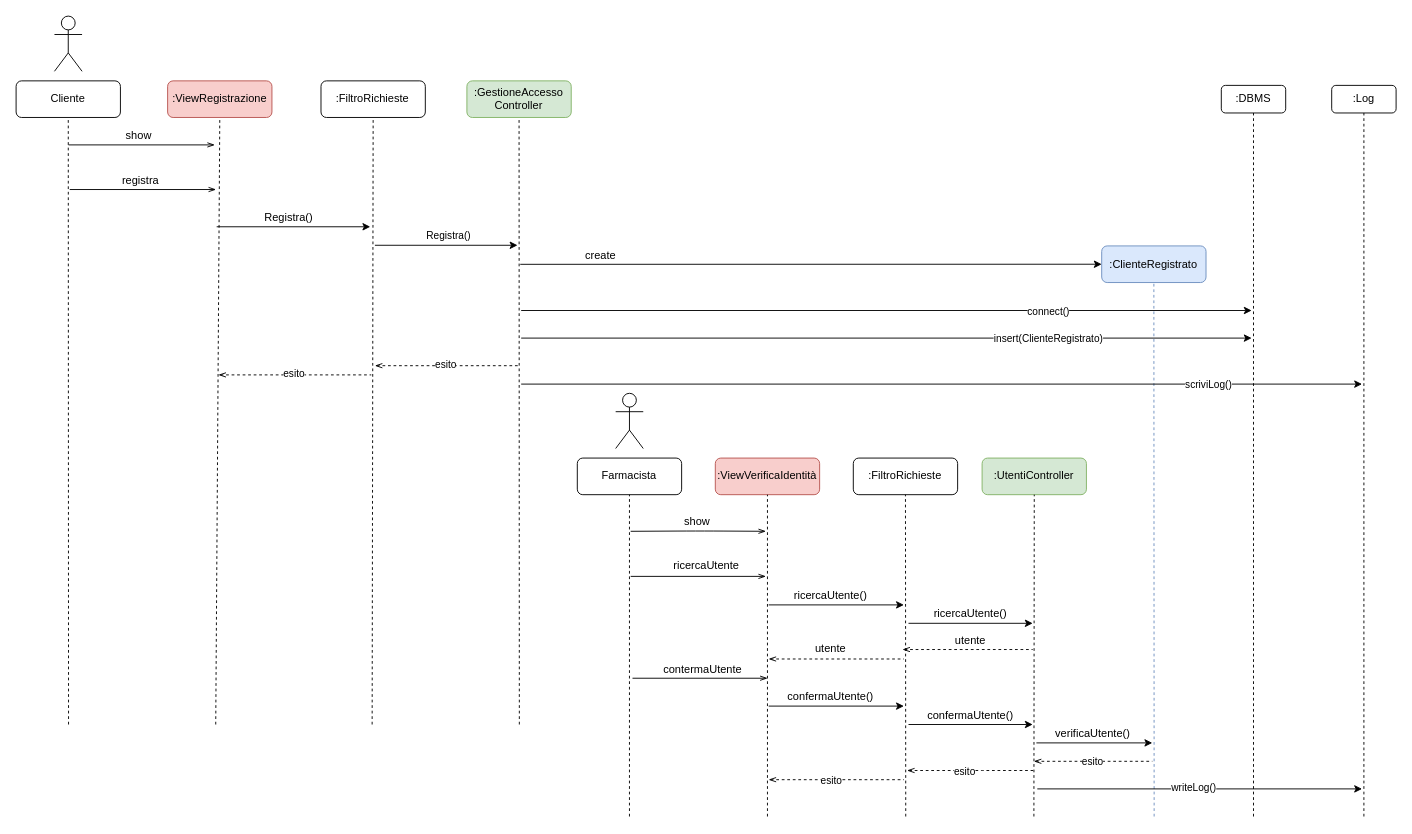
Before: page "RegistrazioneUtente" (2 of 7) of drawio/Progettazione/Interazione.drawio in lnwor/farmabyte-doc, a draw.io diagram. Source tidied: cells renumbered, new cells numbered last; positions are measured from the earlier drawing's top-left corner, leaving out a move shared by most shapes. Both pictures are drawn from the tidied source at 92%, with x=0, y=0 at pixel (16, 16).
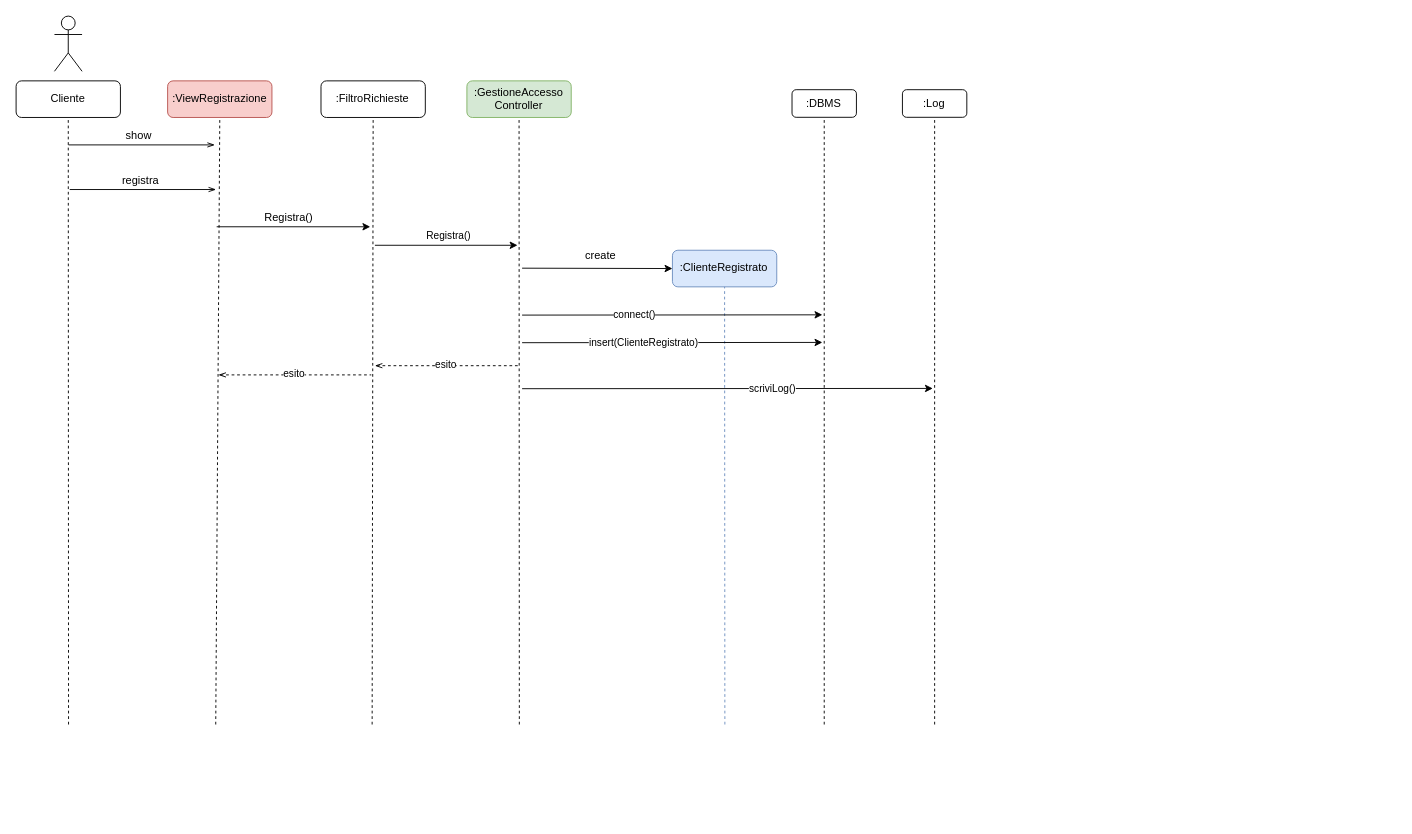
Above is the later version.

Change to the diagram source:
```diff
@@
-    <mxCell id="6" style="shape=umlActor;verticalLabelPosition=bottom;verticalAlign=top;html=1;" parent="1" vertex="1">
-      <mxGeometry x="651.7" y="410" width="30" height="60" as="geometry" />
-    </mxCell>
-    <mxCell id="7" value=":ViewVerificaIdentità" style="rounded=1;whiteSpace=wrap;html=1;fillColor=#f8cecc;strokeColor=#b85450;" parent="1" vertex="1">
-      <mxGeometry x="760" y="480.4" width="113.4" height="39.8" as="geometry" />
-    </mxCell>
-    <mxCell id="8" value=":UtentiController" style="rounded=1;whiteSpace=wrap;html=1;fillColor=#d5e8d4;strokeColor=#82b366;" parent="1" vertex="1">
-      <mxGeometry x="1050" y="480.4" width="113.4" height="39.8" as="geometry" />
-    </mxCell>
     <mxCell id="9" value=":ClienteRegistrato" style="rounded=1;whiteSpace=wrap;html=1;fillColor=#dae8fc;strokeColor=#6c8ebf;" parent="1" vertex="1">
-      <mxGeometry x="1180" y="249.8" width="113.4" height="39.8" as="geometry" />
+      <mxGeometry x="713.4" y="254.5" width="113.4" height="39.8" as="geometry" />
     </mxCell>
@@
     <mxCell id="11" style="endArrow=classic;html=1;entryX=0;entryY=0.5;entryDx=0;entryDy=0;" parent="1" edge="1" target="9">
       <mxGeometry relative="1" as="geometry">
-        <mxPoint x="548" y="269.8" as="sourcePoint" />
+        <mxPoint x="550" y="274" as="sourcePoint" />
       </mxGeometry>
     </mxCell>
@@
-    <mxCell id="16" value="Farmacista" style="rounded=1;whiteSpace=wrap;html=1;" parent="1" vertex="1">
-      <mxGeometry x="610" y="480.4" width="113.4" height="39.8" as="geometry" />
-    </mxCell>
@@
-    <mxCell id="22" style="endArrow=none;dashed=1;html=1;entryX=0.5;entryY=1;entryDx=0;entryDy=0;" parent="1" edge="1" target="16">
-      <mxGeometry relative="1" as="geometry">
-        <mxPoint x="666.7" y="870" as="sourcePoint" />
-      </mxGeometry>
-    </mxCell>
-    <mxCell id="23" style="endArrow=none;dashed=1;html=1;entryX=0.5;entryY=1;entryDx=0;entryDy=0;" parent="1" edge="1" target="8">
-      <mxGeometry relative="1" as="geometry">
-        <mxPoint x="1106.3" y="870" as="sourcePoint" />
-      </mxGeometry>
-    </mxCell>
     <mxCell id="24" style="endArrow=none;dashed=1;html=1;entryX=0.5;entryY=1;entryDx=0;entryDy=0;fillColor=#dae8fc;strokeColor=#6c8ebf;" parent="1" edge="1" target="9">
       <mxGeometry relative="1" as="geometry">
-        <mxPoint x="1237" y="870" as="sourcePoint" />
+        <mxPoint x="770.4" y="770" as="sourcePoint" />
       </mxGeometry>
     </mxCell>
@@
-    <mxCell id="27" value="show" style="text;html=1;align=center;verticalAlign=middle;strokeColor=none;" parent="1" vertex="1">
-      <mxGeometry x="720" y="539.7" width="40" height="20" as="geometry" />
-    </mxCell>
-    <mxCell id="28" style="endArrow=openThin;html=1;endFill=0;" parent="1" edge="1">
-      <mxGeometry relative="1" as="geometry">
-        <mxPoint x="668" y="560" as="sourcePoint" />
-        <mxPoint x="815" y="560" as="targetPoint" />
-        <Array as="points">
-          <mxPoint x="728.4" y="559.7" />
-          <mxPoint x="758.4" y="559.7" />
-        </Array>
-      </mxGeometry>
-    </mxCell>
-    <mxCell id="29" value="ricercaUtente" style="text;html=1;align=center;verticalAlign=middle;strokeColor=none;" parent="1" vertex="1">
-      <mxGeometry x="704.5" y="588.2" width="90" height="20" as="geometry" />
-    </mxCell>
-    <mxCell id="30" style="endArrow=openThin;html=1;endFill=0;" parent="1" edge="1">
-      <mxGeometry relative="1" as="geometry">
-        <mxPoint x="668" y="609" as="sourcePoint" />
-        <mxPoint x="815" y="609" as="targetPoint" />
-      </mxGeometry>
-    </mxCell>
-    <mxCell id="31" style="endArrow=none;dashed=1;html=1;entryX=0.5;entryY=1;entryDx=0;entryDy=0;endFill=0;" parent="1" edge="1" target="7">
-      <mxGeometry relative="1" as="geometry">
-        <mxPoint x="816.7" y="870" as="sourcePoint" />
-      </mxGeometry>
-    </mxCell>
-    <mxCell id="32" value="ricercaUtente()" style="text;html=1;align=center;verticalAlign=middle;strokeColor=none;" parent="1" vertex="1">
-      <mxGeometry x="840" y="620" width="90" height="20" as="geometry" />
-    </mxCell>
-    <mxCell id="33" style="endArrow=classic;html=1;" parent="1" edge="1">
-      <mxGeometry relative="1" as="geometry">
-        <mxPoint x="818" y="640" as="sourcePoint" />
-        <mxPoint x="965" y="640" as="targetPoint" />
-      </mxGeometry>
-    </mxCell>
-    <mxCell id="34" value="utente" style="text;html=1;align=center;verticalAlign=middle;strokeColor=none;" parent="1" vertex="1">
-      <mxGeometry x="860" y="678.4" width="50" height="20" as="geometry" />
-    </mxCell>
-    <mxCell id="35" style="endArrow=none;html=1;dashed=1;endFill=0;startArrow=openThin;startFill=0;" parent="1" edge="1">
-      <mxGeometry relative="1" as="geometry">
-        <mxPoint x="818" y="698.8" as="sourcePoint" />
-        <mxPoint x="965" y="698.8" as="targetPoint" />
-      </mxGeometry>
-    </mxCell>
-    <mxCell id="36" value="confermaUtente()" style="text;html=1;align=center;verticalAlign=middle;strokeColor=none;" parent="1" vertex="1">
-      <mxGeometry x="830" y="730" width="110" height="20" as="geometry" />
-    </mxCell>
-    <mxCell id="37" style="endArrow=classic;html=1;" parent="1" edge="1">
-      <mxGeometry relative="1" as="geometry">
-        <mxPoint x="818" y="750" as="sourcePoint" />
-        <mxPoint x="965" y="750" as="targetPoint" />
-      </mxGeometry>
-    </mxCell>
-    <mxCell id="38" value="verificaUtente()" style="text;html=1;align=center;verticalAlign=middle;strokeColor=none;" parent="1" vertex="1">
-      <mxGeometry x="1120" y="770" width="100" height="20" as="geometry" />
-    </mxCell>
-    <mxCell id="39" style="endArrow=classic;html=1;" parent="1" edge="1">
-      <mxGeometry relative="1" as="geometry">
-        <mxPoint x="1109" y="790" as="sourcePoint" />
-        <mxPoint x="1235" y="790" as="targetPoint" />
-      </mxGeometry>
-    </mxCell>
-    <mxCell id="40" value="contermaUtente" style="text;html=1;align=center;verticalAlign=middle;strokeColor=none;" parent="1" vertex="1">
-      <mxGeometry x="696.4" y="699.7" width="100" height="20" as="geometry" />
-    </mxCell>
-    <mxCell id="41" style="endArrow=openThin;html=1;endFill=0;" parent="1" edge="1">
-      <mxGeometry relative="1" as="geometry">
-        <mxPoint x="670" y="719.7" as="sourcePoint" />
-        <mxPoint x="816.8" y="719.7" as="targetPoint" />
-      </mxGeometry>
-    </mxCell>
-    <mxCell id="42" style="endArrow=none;html=1;dashed=1;endFill=0;startArrow=openThin;startFill=0;" parent="1" edge="1">
-      <mxGeometry relative="1" as="geometry">
-        <mxPoint x="818" y="830" as="sourcePoint" />
-        <mxPoint x="965" y="830" as="targetPoint" />
-      </mxGeometry>
-    </mxCell>
-    <mxCell id="43" value="esito" style="edgeLabel;html=1;align=center;verticalAlign=middle;" parent="42" vertex="1">
-      <mxGeometry x="0.19" y="-1" relative="1" as="geometry">
-        <mxPoint x="-20" y="-1" as="offset" />
-      </mxGeometry>
-    </mxCell>
-    <mxCell id="44" style="endArrow=none;html=1;dashed=1;endFill=0;startArrow=openThin;startFill=0;" parent="1" edge="1">
-      <mxGeometry relative="1" as="geometry">
-        <mxPoint x="1106.3" y="810" as="sourcePoint" />
-        <mxPoint x="1235" y="810" as="targetPoint" />
-      </mxGeometry>
-    </mxCell>
-    <mxCell id="45" value="esito" style="edgeLabel;html=1;align=center;verticalAlign=middle;" parent="44" vertex="1">
-      <mxGeometry x="0.29" y="-8" relative="1" as="geometry">
-        <mxPoint x="-20" y="-8" as="offset" />
-      </mxGeometry>
-    </mxCell>
@@
     <mxCell id="50" value="&lt;div&gt;:DBMS&lt;/div&gt;" style="rounded=1;whiteSpace=wrap;html=1;" parent="1" vertex="1">
-      <mxGeometry x="1310" y="75.3" width="70" height="30" as="geometry" />
+      <mxGeometry x="843.4" y="80" width="70" height="30" as="geometry" />
     </mxCell>
     <mxCell id="51" style="endArrow=none;dashed=1;html=1;entryX=0.5;entryY=1;entryDx=0;entryDy=0;" parent="1" edge="1" target="50">
       <mxGeometry relative="1" as="geometry">
-        <mxPoint x="1345" y="870" as="sourcePoint" />
+        <mxPoint x="878.4" y="770" as="sourcePoint" />
       </mxGeometry>
     </mxCell>
     <mxCell id="52" style="endArrow=classic;html=1;" parent="1" edge="1">
       <mxGeometry relative="1" as="geometry">
-        <mxPoint x="549" y="320" as="sourcePoint" />
-        <mxPoint x="1343" y="320" as="targetPoint" />
+        <mxPoint x="550" y="325" as="sourcePoint" />
+        <mxPoint x="876.4" y="324.7" as="targetPoint" />
       </mxGeometry>
     </mxCell>
     <mxCell id="53" value="&lt;div&gt;connect()&lt;/div&gt;" style="edgeLabel;html=1;align=center;verticalAlign=middle;" parent="52" vertex="1">
       <mxGeometry x="0.37" y="-1" relative="1" as="geometry">
-        <mxPoint x="28" y="-1" as="offset" />
+        <mxPoint x="-103" y="-1" as="offset" />
       </mxGeometry>
     </mxCell>
     <mxCell id="54" style="endArrow=classic;html=1;" parent="1" edge="1">
       <mxGeometry relative="1" as="geometry">
-        <mxPoint x="549" y="350" as="sourcePoint" />
-        <mxPoint x="1343" y="350" as="targetPoint" />
+        <mxPoint x="550" y="355" as="sourcePoint" />
+        <mxPoint x="876.4" y="354.7" as="targetPoint" />
       </mxGeometry>
     </mxCell>
     <mxCell id="55" value="&lt;div&gt;insert(ClienteRegistrato)&lt;/div&gt;" style="edgeLabel;html=1;align=center;verticalAlign=middle;" parent="54" vertex="1">
       <mxGeometry x="0.37" y="-1" relative="1" as="geometry">
-        <mxPoint x="28" y="-1" as="offset" />
+        <mxPoint x="-93" y="-1" as="offset" />
       </mxGeometry>
     </mxCell>
     <mxCell id="56" value="&lt;div&gt;:Log&lt;/div&gt;" style="rounded=1;whiteSpace=wrap;html=1;" parent="1" vertex="1">
-      <mxGeometry x="1430" y="75.3" width="70" height="30" as="geometry" />
+      <mxGeometry x="963.4" y="80" width="70" height="30" as="geometry" />
     </mxCell>
     <mxCell id="57" style="endArrow=none;dashed=1;html=1;entryX=0.5;entryY=1;entryDx=0;entryDy=0;" parent="1" edge="1" target="56">
       <mxGeometry relative="1" as="geometry">
-        <mxPoint x="1465" y="870" as="sourcePoint" />
+        <mxPoint x="998.4" y="770" as="sourcePoint" />
       </mxGeometry>
     </mxCell>
     <mxCell id="58" style="endArrow=classic;html=1;" parent="1" edge="1">
       <mxGeometry relative="1" as="geometry">
-        <mxPoint x="549" y="400" as="sourcePoint" />
-        <mxPoint x="1463" y="400" as="targetPoint" />
+        <mxPoint x="550" y="405" as="sourcePoint" />
+        <mxPoint x="996.4" y="404.7" as="targetPoint" />
       </mxGeometry>
     </mxCell>
     <mxCell id="59" value="scriviLog()" style="edgeLabel;html=1;align=center;verticalAlign=middle;" parent="58" vertex="1">
       <mxGeometry x="0.37" y="-1" relative="1" as="geometry">
-        <mxPoint x="120" y="-1" as="offset" />
+        <mxPoint x="-35" y="-1" as="offset" />
       </mxGeometry>
     </mxCell>
@@
-    <mxCell id="62" value="&lt;div&gt;:FiltroRichieste&lt;/div&gt;" style="rounded=1;whiteSpace=wrap;html=1;" parent="1" vertex="1">
-      <mxGeometry x="910" y="480.4" width="113.4" height="39.8" as="geometry" />
-    </mxCell>
-    <mxCell id="63" style="endArrow=none;dashed=1;html=1;entryX=0.5;entryY=1;entryDx=0;entryDy=0;" parent="1" edge="1" target="62">
-      <mxGeometry relative="1" as="geometry">
-        <mxPoint x="967" y="870" as="sourcePoint" />
-      </mxGeometry>
-    </mxCell>
-    <mxCell id="64" value="ricercaUtente()" style="text;html=1;align=center;verticalAlign=middle;strokeColor=none;" parent="1" vertex="1">
-      <mxGeometry x="992" y="640" width="90" height="20" as="geometry" />
-    </mxCell>
-    <mxCell id="65" style="endArrow=classic;html=1;" parent="1" edge="1">
-      <mxGeometry relative="1" as="geometry">
-        <mxPoint x="970" y="660" as="sourcePoint" />
-        <mxPoint x="1105" y="660" as="targetPoint" />
-      </mxGeometry>
-    </mxCell>
-    <mxCell id="66" value="utente" style="text;html=1;align=center;verticalAlign=middle;strokeColor=none;" parent="1" vertex="1">
-      <mxGeometry x="1012" y="668.5" width="50" height="20" as="geometry" />
-    </mxCell>
-    <mxCell id="67" style="endArrow=none;html=1;dashed=1;endFill=0;startArrow=openThin;startFill=0;" parent="1" edge="1">
-      <mxGeometry relative="1" as="geometry">
-        <mxPoint x="963.5" y="688.5" as="sourcePoint" />
-        <mxPoint x="1105" y="688.5" as="targetPoint" />
-      </mxGeometry>
-    </mxCell>
-    <mxCell id="68" value="confermaUtente()" style="text;html=1;align=center;verticalAlign=middle;strokeColor=none;" parent="1" vertex="1">
-      <mxGeometry x="982" y="750" width="110" height="20" as="geometry" />
-    </mxCell>
-    <mxCell id="69" style="endArrow=classic;html=1;" parent="1" edge="1">
-      <mxGeometry relative="1" as="geometry">
-        <mxPoint x="970" y="770" as="sourcePoint" />
-        <mxPoint x="1105" y="770" as="targetPoint" />
-      </mxGeometry>
-    </mxCell>
-    <mxCell id="70" style="endArrow=none;html=1;dashed=1;endFill=0;startArrow=openThin;startFill=0;" parent="1" edge="1">
-      <mxGeometry relative="1" as="geometry">
-        <mxPoint x="968.5" y="820" as="sourcePoint" />
-        <mxPoint x="1105.5" y="820" as="targetPoint" />
-        <Array as="points">
-          <mxPoint x="1040.5" y="820" />
-        </Array>
-      </mxGeometry>
-    </mxCell>
-    <mxCell id="71" value="esito" style="edgeLabel;html=1;align=center;verticalAlign=middle;" parent="70" vertex="1">
-      <mxGeometry x="0.19" y="-1" relative="1" as="geometry">
-        <mxPoint x="-20" y="-1" as="offset" />
-      </mxGeometry>
-    </mxCell>
-    <mxCell id="72" style="endArrow=classic;html=1;" parent="1" edge="1">
-      <mxGeometry relative="1" as="geometry">
-        <mxPoint x="1110" y="840" as="sourcePoint" />
-        <mxPoint x="1463" y="840" as="targetPoint" />
-      </mxGeometry>
-    </mxCell>
-    <mxCell id="73" value="writeLog()" style="edgeLabel;html=1;align=center;verticalAlign=middle;" parent="72" vertex="1">
-      <mxGeometry x="-0.04" y="2" relative="1" as="geometry" />
-    </mxCell>
```
